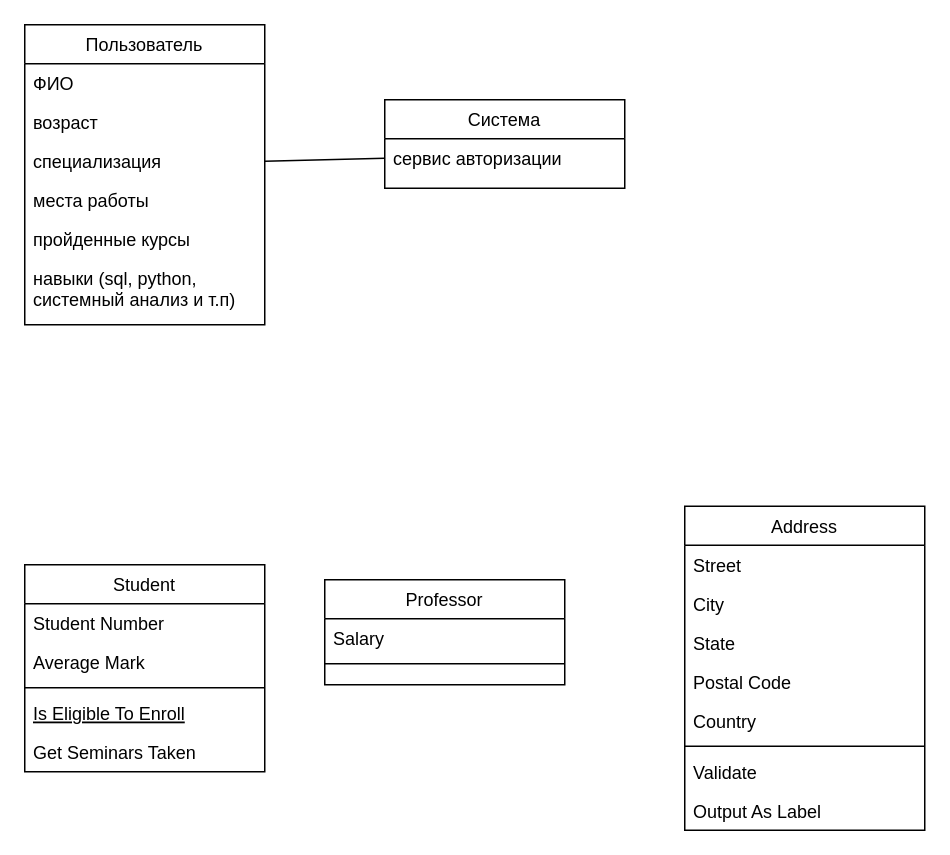
Before: Сервис по созданию резюме Тест.drawio in pytonuserouner/UML_study, a draw.io diagram. Source tidied: cells renumbered, new cells numbered last; positions are measured from the earlier drawing's top-left corner, leaving out a move shared by most shapes. Both pictures are drawn from the tidied source at 150%, with x=0, y=0 at pixel (24, 24).
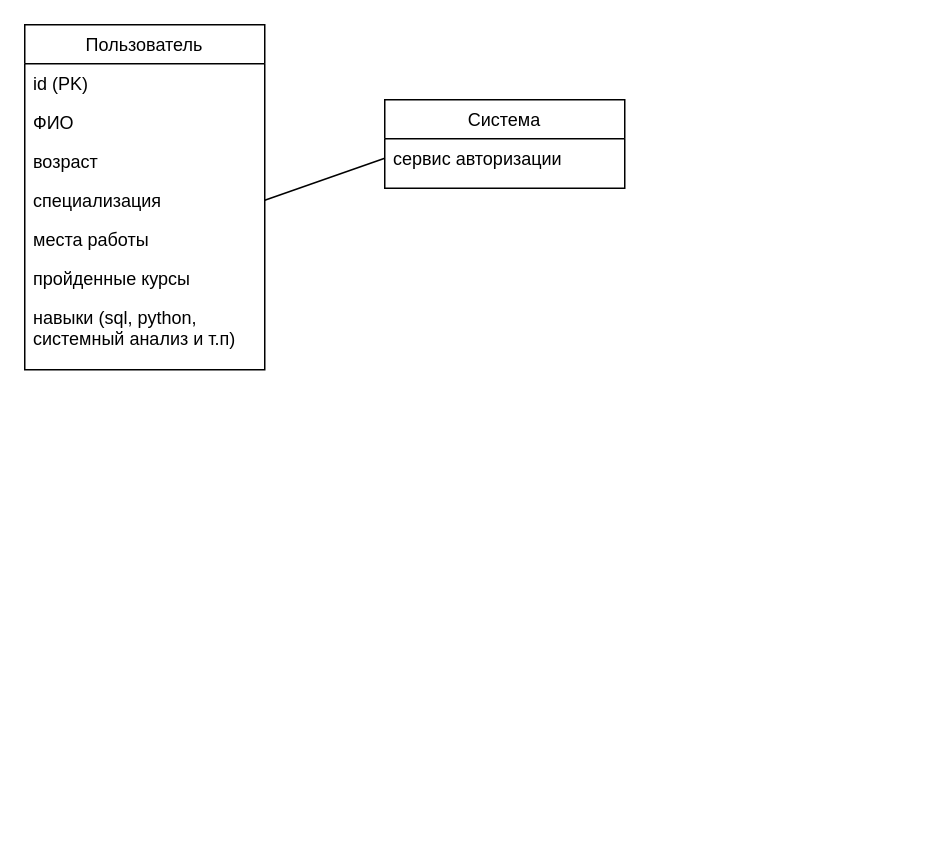
Above is the later version.

What changed in the source:
```diff
@@
     <mxCell id="2" value="Пользователь" style="swimlane;fontStyle=0;align=center;verticalAlign=top;horizontal=1;startSize=26;rounded=0;shadow=0;strokeWidth=1;" parent="1" vertex="1">
-      <mxGeometry width="160" height="200" as="geometry" />
+      <mxGeometry width="160" height="230" as="geometry" />
     </mxCell>
+    <mxCell id="30" value="id (PK)" style="text;align=left;verticalAlign=top;spacingLeft=4;spacingRight=4;overflow=hidden;" parent="2" vertex="1">
+      <mxGeometry y="26" width="160" height="26" as="geometry" />
+    </mxCell>
     <mxCell id="3" value="ФИО" style="text;align=left;verticalAlign=top;spacingLeft=4;spacingRight=4;overflow=hidden;" parent="2" vertex="1">
-      <mxGeometry y="26" width="160" height="26" as="geometry" />
+      <mxGeometry y="52" width="160" height="26" as="geometry" />
     </mxCell>
     <mxCell id="4" value="возраст" style="text;align=left;verticalAlign=top;spacingLeft=4;spacingRight=4;overflow=hidden;rounded=0;shadow=0;html=0;" parent="2" vertex="1">
-      <mxGeometry y="52" width="160" height="26" as="geometry" />
+      <mxGeometry y="78" width="160" height="26" as="geometry" />
     </mxCell>
     <mxCell id="5" value="специализация" style="text;align=left;verticalAlign=top;spacingLeft=4;spacingRight=4;overflow=hidden;points=[[0,0.5],[1,0.5]];portConstraint=eastwest;rounded=0;shadow=0;html=0;" parent="2" vertex="1">
-      <mxGeometry y="78" width="160" height="26" as="geometry" />
+      <mxGeometry y="104" width="160" height="26" as="geometry" />
     </mxCell>
     <mxCell id="6" value="места работы" style="text;align=left;verticalAlign=top;spacingLeft=4;spacingRight=4;overflow=hidden;rounded=0;shadow=0;html=0;" parent="2" vertex="1">
-      <mxGeometry y="104" width="160" height="26" as="geometry" />
+      <mxGeometry y="130" width="160" height="26" as="geometry" />
     </mxCell>
     <mxCell id="7" value="пройденные курсы" style="text;align=left;verticalAlign=top;spacingLeft=4;spacingRight=4;overflow=hidden;rounded=0;shadow=0;html=0;" parent="2" vertex="1">
-      <mxGeometry y="130" width="160" height="26" as="geometry" />
+      <mxGeometry y="156" width="160" height="26" as="geometry" />
     </mxCell>
     <mxCell id="8" value="навыки (sql, python,&#10;системный анализ и т.п)" style="text;align=left;verticalAlign=top;spacingLeft=4;spacingRight=4;overflow=hidden;rounded=0;shadow=0;html=0;" parent="2" vertex="1">
-      <mxGeometry y="156" width="160" height="44" as="geometry" />
+      <mxGeometry y="182" width="160" height="44" as="geometry" />
     </mxCell>
-    <mxCell id="9" value="Student" style="swimlane;fontStyle=0;align=center;verticalAlign=top;horizontal=1;startSize=26;rounded=0;shadow=0;strokeWidth=1;" parent="1" vertex="1">
-      <mxGeometry y="360" width="160" height="138" as="geometry" />
-    </mxCell>
-    <mxCell id="10" value="Student Number" style="text;align=left;verticalAlign=top;spacingLeft=4;spacingRight=4;overflow=hidden;" parent="9" vertex="1">
-      <mxGeometry y="26" width="160" height="26" as="geometry" />
-    </mxCell>
-    <mxCell id="11" value="Average Mark" style="text;align=left;verticalAlign=top;spacingLeft=4;spacingRight=4;overflow=hidden;rounded=0;shadow=0;html=0;" parent="9" vertex="1">
-      <mxGeometry y="52" width="160" height="26" as="geometry" />
-    </mxCell>
-    <mxCell id="12" style="line;html=1;strokeWidth=1;align=left;verticalAlign=middle;spacingTop=-1;spacingLeft=3;spacingRight=3;labelPosition=right;" parent="9" vertex="1">
-      <mxGeometry y="78" width="160" height="8" as="geometry" />
-    </mxCell>
-    <mxCell id="13" value="Is Eligible To Enroll" style="text;align=left;verticalAlign=top;spacingLeft=4;spacingRight=4;overflow=hidden;fontStyle=4;" parent="9" vertex="1">
-      <mxGeometry y="86" width="160" height="26" as="geometry" />
-    </mxCell>
-    <mxCell id="14" value="Get Seminars Taken" style="text;align=left;verticalAlign=top;spacingLeft=4;spacingRight=4;overflow=hidden;" parent="9" vertex="1">
-      <mxGeometry y="112" width="160" height="26" as="geometry" />
-    </mxCell>
-    <mxCell id="15" value="Professor" style="swimlane;fontStyle=0;align=center;verticalAlign=top;horizontal=1;startSize=26;rounded=0;shadow=0;strokeWidth=1;" parent="1" vertex="1">
-      <mxGeometry x="200" y="370" width="160" height="70" as="geometry" />
-    </mxCell>
-    <mxCell id="16" value="Salary" style="text;align=left;verticalAlign=top;spacingLeft=4;spacingRight=4;overflow=hidden;" parent="15" vertex="1">
-      <mxGeometry y="26" width="160" height="26" as="geometry" />
-    </mxCell>
-    <mxCell id="17" style="line;html=1;strokeWidth=1;align=left;verticalAlign=middle;spacingTop=-1;spacingLeft=3;spacingRight=3;labelPosition=right;" parent="15" vertex="1">
-      <mxGeometry y="52" width="160" height="8" as="geometry" />
-    </mxCell>
-    <mxCell id="18" value="Address" style="swimlane;fontStyle=0;align=center;verticalAlign=top;horizontal=1;startSize=26;rounded=0;shadow=0;strokeWidth=1;" parent="1" vertex="1">
-      <mxGeometry x="440" y="321" width="160" height="216" as="geometry" />
-    </mxCell>
-    <mxCell id="19" value="Street" style="text;align=left;verticalAlign=top;spacingLeft=4;spacingRight=4;overflow=hidden;" parent="18" vertex="1">
-      <mxGeometry y="26" width="160" height="26" as="geometry" />
-    </mxCell>
-    <mxCell id="20" value="City" style="text;align=left;verticalAlign=top;spacingLeft=4;spacingRight=4;overflow=hidden;rounded=0;shadow=0;html=0;" parent="18" vertex="1">
-      <mxGeometry y="52" width="160" height="26" as="geometry" />
-    </mxCell>
-    <mxCell id="21" value="State" style="text;align=left;verticalAlign=top;spacingLeft=4;spacingRight=4;overflow=hidden;rounded=0;shadow=0;html=0;" parent="18" vertex="1">
-      <mxGeometry y="78" width="160" height="26" as="geometry" />
-    </mxCell>
-    <mxCell id="22" value="Postal Code" style="text;align=left;verticalAlign=top;spacingLeft=4;spacingRight=4;overflow=hidden;rounded=0;shadow=0;html=0;" parent="18" vertex="1">
-      <mxGeometry y="104" width="160" height="26" as="geometry" />
-    </mxCell>
-    <mxCell id="23" value="Country" style="text;align=left;verticalAlign=top;spacingLeft=4;spacingRight=4;overflow=hidden;rounded=0;shadow=0;html=0;" parent="18" vertex="1">
-      <mxGeometry y="130" width="160" height="26" as="geometry" />
-    </mxCell>
-    <mxCell id="24" style="line;html=1;strokeWidth=1;align=left;verticalAlign=middle;spacingTop=-1;spacingLeft=3;spacingRight=3;labelPosition=right;" parent="18" vertex="1">
-      <mxGeometry y="156" width="160" height="8" as="geometry" />
-    </mxCell>
-    <mxCell id="25" value="Validate" style="text;align=left;verticalAlign=top;spacingLeft=4;spacingRight=4;overflow=hidden;" parent="18" vertex="1">
-      <mxGeometry y="164" width="160" height="26" as="geometry" />
-    </mxCell>
-    <mxCell id="26" value="Output As Label" style="text;align=left;verticalAlign=top;spacingLeft=4;spacingRight=4;overflow=hidden;" parent="18" vertex="1">
-      <mxGeometry y="190" width="160" height="26" as="geometry" />
-    </mxCell>
```
